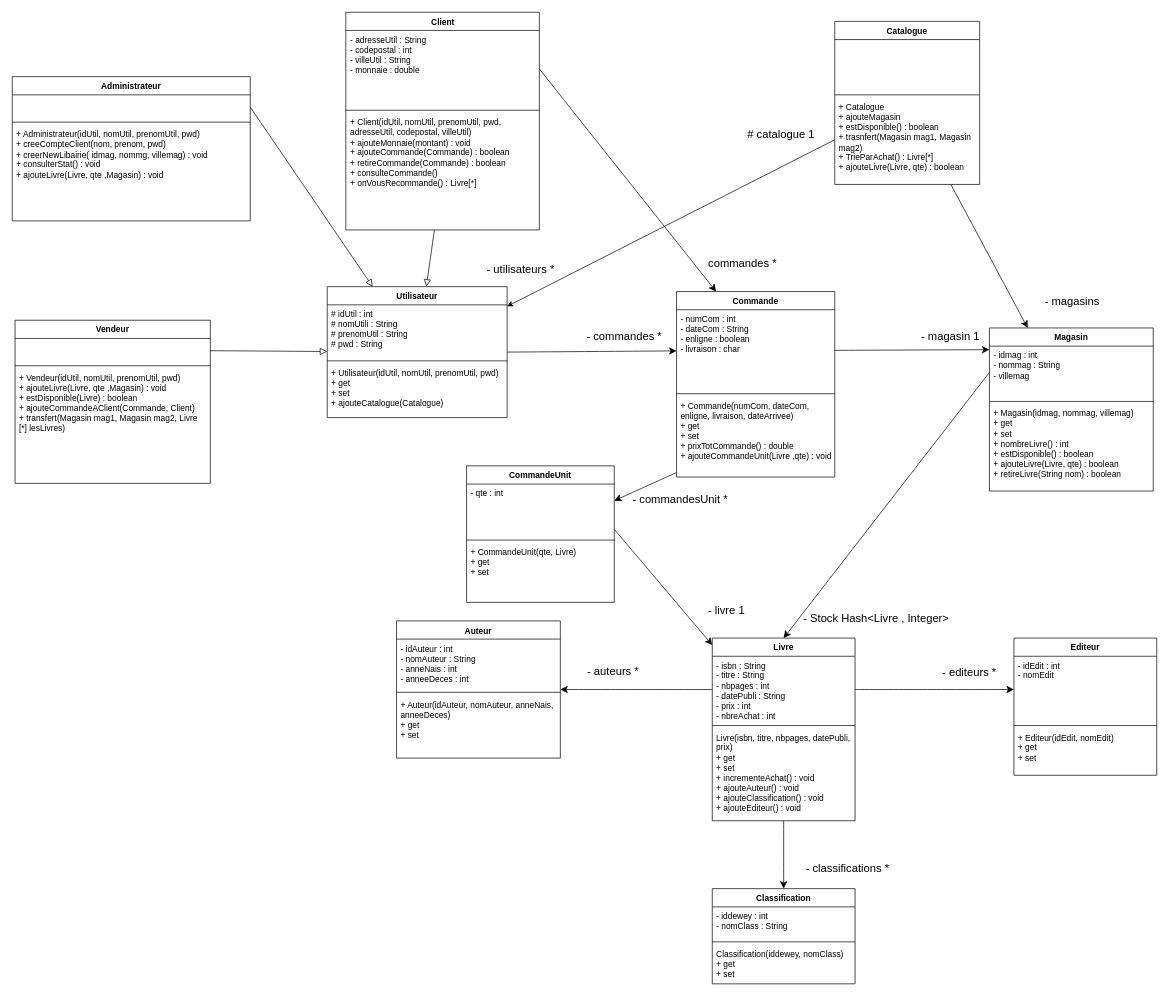
Earlier version of the draw.io diagram UML.drawio (BastienMonet/SAEjava2.03). Source tidied: cells renumbered, new cells numbered last; positions are measured from the earlier drawing's top-left corner, leaving out a move shared by most shapes. Both pictures are drawn from the tidied source at 70%, with x=0, y=0 at pixel (12, 12).
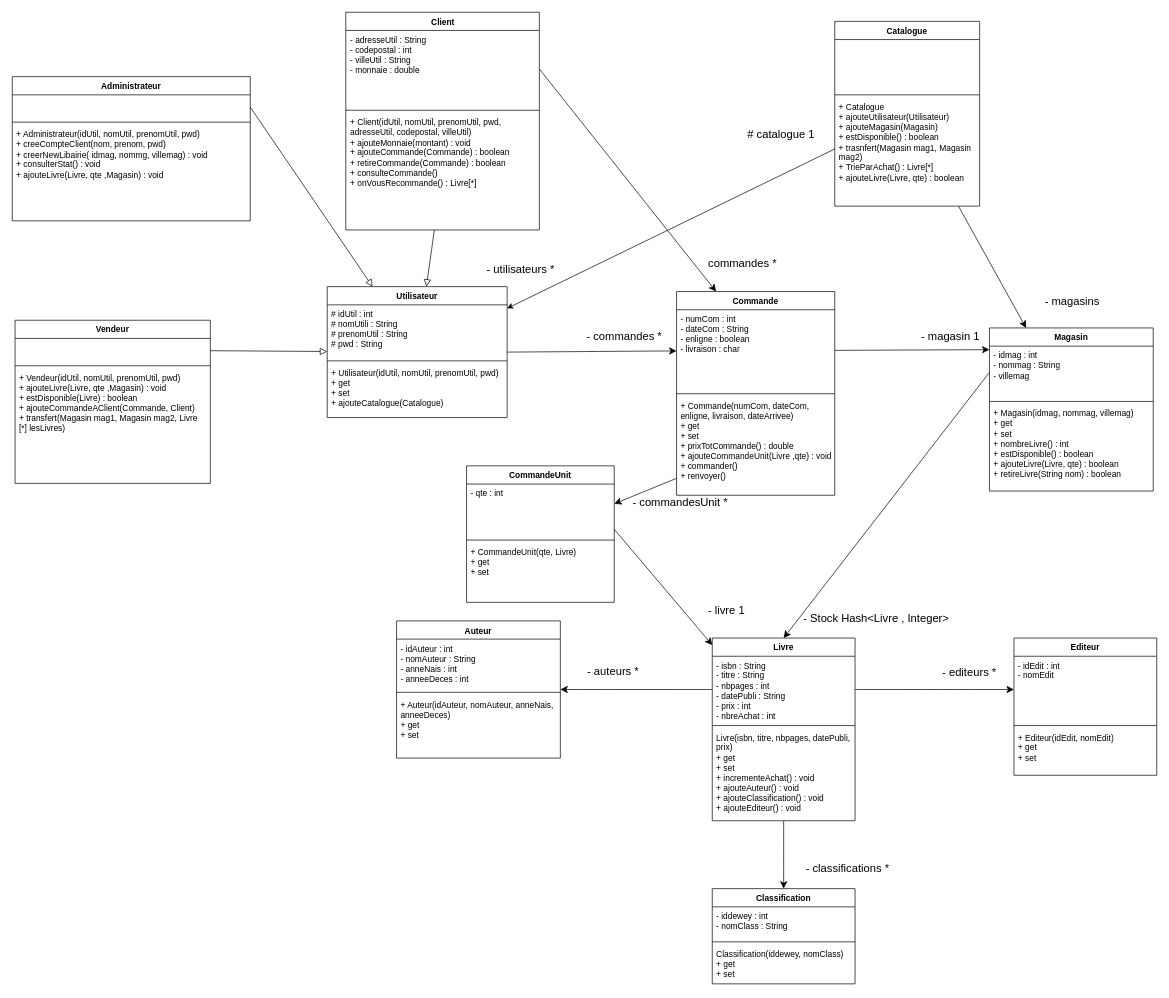
The same page after the edit.

The edit, as a diff of the source:
```diff
@@
     <mxCell id="13" value="Commande" style="swimlane;fontStyle=1;align=center;verticalAlign=top;horizontal=1;startSize=26;whiteSpace=wrap;html=1;" parent="1" vertex="1">
-      <mxGeometry x="949" y="399" width="226" height="265" as="geometry" />
+      <mxGeometry x="949" y="399" width="226" height="291" as="geometry" />
     </mxCell>
@@
-    <mxCell id="16" value="&lt;div&gt;&lt;div&gt;+ Commande(numCom, dateCom, enligne, livraison, dateArrivee)&lt;/div&gt;&lt;div&gt;+ get&lt;/div&gt;&lt;div&gt;+ set&lt;/div&gt;&lt;/div&gt;&lt;div&gt;+ prixTotCommande() : double&lt;/div&gt;&lt;div&gt;+ ajouteCommandeUnit(Livre ,qte) : void&lt;/div&gt;" style="text;strokeColor=none;fillColor=none;align=left;verticalAlign=top;spacingLeft=4;spacingRight=4;overflow=hidden;points=[[0,0.5],[1,0.5]];portConstraint=eastwest;whiteSpace=wrap;html=1;" parent="13" vertex="1">
-      <mxGeometry y="150" width="226" height="115" as="geometry" />
+    <mxCell id="16" value="&lt;div&gt;&lt;div&gt;+ Commande(numCom, dateCom, enligne, livraison, dateArrivee)&lt;/div&gt;&lt;div&gt;+ get&lt;/div&gt;&lt;div&gt;+ set&lt;/div&gt;&lt;/div&gt;&lt;div&gt;+ prixTotCommande() : double&lt;/div&gt;&lt;div&gt;+ ajouteCommandeUnit(Livre ,qte) : void&lt;/div&gt;&lt;div&gt;+ commander()&lt;/div&gt;&lt;div&gt;+ renvoyer()&lt;/div&gt;" style="text;strokeColor=none;fillColor=none;align=left;verticalAlign=top;spacingLeft=4;spacingRight=4;overflow=hidden;points=[[0,0.5],[1,0.5]];portConstraint=eastwest;whiteSpace=wrap;html=1;" parent="13" vertex="1">
+      <mxGeometry y="150" width="226" height="141" as="geometry" />
     </mxCell>
@@
     <mxCell id="66" value="- commandesUnit *" style="text;html=1;align=center;verticalAlign=middle;strokeColor=none;fillColor=none;fontSize=16;" parent="1" vertex="1">
-      <mxGeometry x="877" y="679" width="154" height="31" as="geometry" />
+      <mxGeometry x="877" y="684" width="154" height="31" as="geometry" />
     </mxCell>
     <mxCell id="67" value="Catalogue" style="swimlane;fontStyle=1;align=center;verticalAlign=top;horizontal=1;startSize=26;whiteSpace=wrap;html=1;" parent="1" vertex="1">
-      <mxGeometry x="1175" y="13" width="207" height="233" as="geometry" />
+      <mxGeometry x="1175" y="13" width="207" height="264" as="geometry" />
     </mxCell>
@@
-    <mxCell id="70" value="&lt;div&gt;+ Catalogue&lt;/div&gt;&lt;div&gt;+ ajouteMagasin&lt;/div&gt;&lt;div&gt;+ estDisponible() : boolean&lt;/div&gt;&lt;div&gt;+ trasnfert(Magasin mag1, Magasin mag2)&lt;/div&gt;&lt;div&gt;+ TrieParAchat() : Livre[*]&lt;/div&gt;&lt;div&gt;+ ajouteLivre(Livre, qte) : boolean &lt;br&gt;&lt;/div&gt;" style="text;strokeColor=none;fillColor=none;align=left;verticalAlign=top;spacingLeft=4;spacingRight=4;overflow=hidden;whiteSpace=wrap;html=1;" parent="67" vertex="1">
-      <mxGeometry y="109" width="207" height="124" as="geometry" />
+    <mxCell id="70" value="&lt;div&gt;+ Catalogue&lt;/div&gt;&lt;div&gt;+ ajouteUtilisateur(Utilisateur)&lt;/div&gt;&lt;div&gt;+ ajouteMagasin(Magasin)&lt;/div&gt;&lt;div&gt;+ estDisponible() : boolean&lt;/div&gt;&lt;div&gt;+ trasnfert(Magasin mag1, Magasin mag2)&lt;/div&gt;&lt;div&gt;+ TrieParAchat() : Livre[*]&lt;/div&gt;&lt;div&gt;+ ajouteLivre(Livre, qte) : boolean &lt;br&gt;&lt;/div&gt;" style="text;strokeColor=none;fillColor=none;align=left;verticalAlign=top;spacingLeft=4;spacingRight=4;overflow=hidden;whiteSpace=wrap;html=1;" parent="67" vertex="1">
+      <mxGeometry y="109" width="207" height="155" as="geometry" />
     </mxCell>
```
